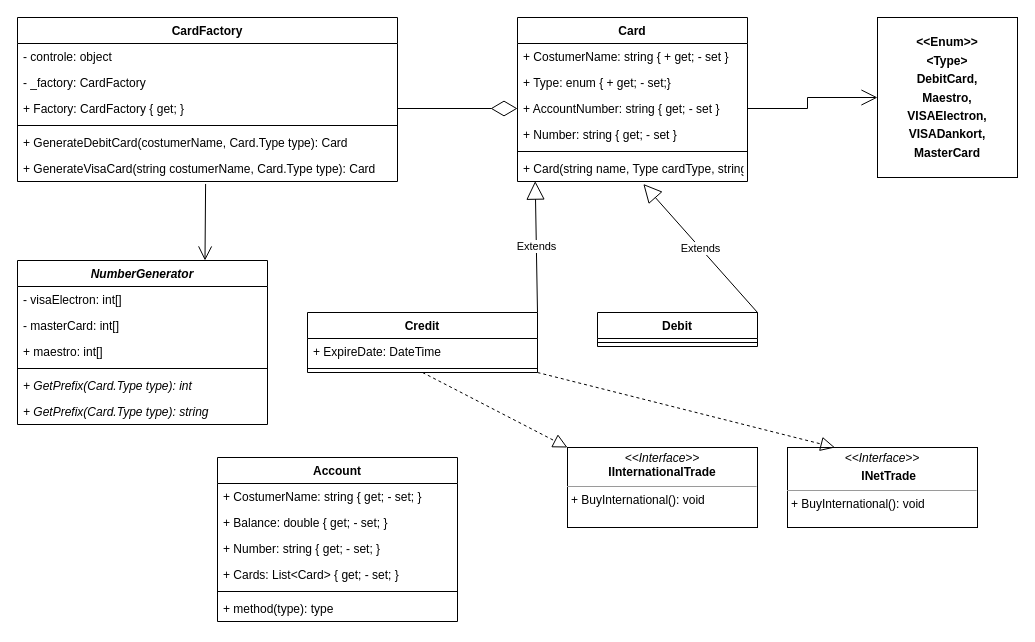
Earlier version of the draw.io diagram MyBanker/MyBankerDiagram.drawio (Mojiez/H2Opgaver). Source tidied: cells renumbered, new cells numbered last; positions are measured from the earlier drawing's top-left corner, leaving out a move shared by most shapes. Both pictures are drawn from the tidied source at 100%, with x=0, y=0 at pixel (17, 17).
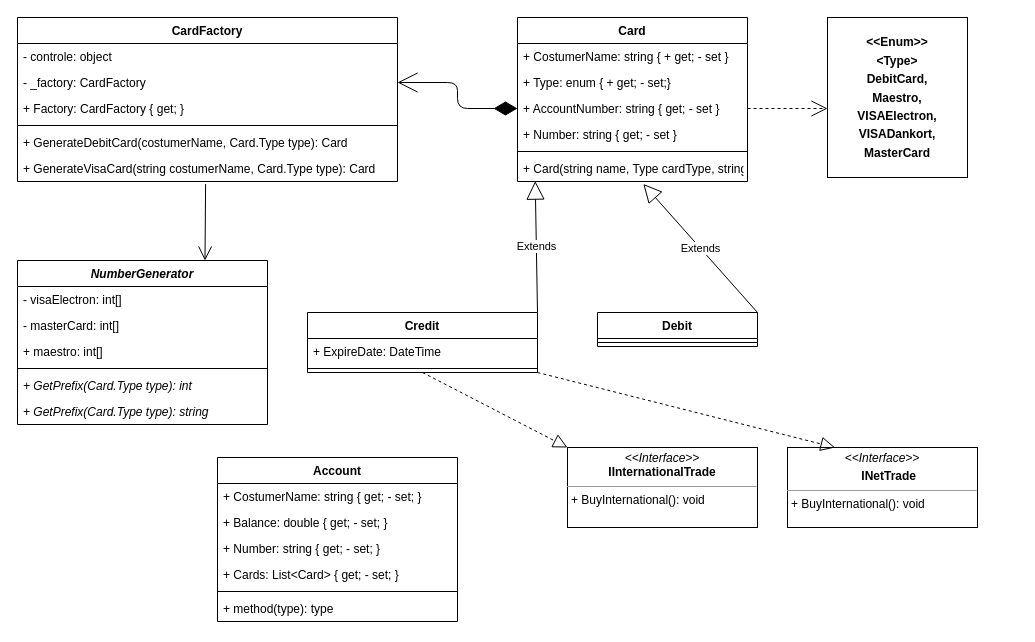
After the change.

Unchanged cells that the change refers to:
```xml
<mxCell id="4" value="- _factory: CardFactory" style="text;strokeColor=none;fillColor=none;align=left;verticalAlign=top;spacingLeft=4;spacingRight=4;overflow=hidden;points=[[0,0.5],[1,0.5]];portConstraint=eastwest;" parent="2" vertex="1">
  <mxGeometry y="52" width="380" height="26" as="geometry" />
</mxCell>
<mxCell id="5" value="+ Factory: CardFactory { get; }" style="text;strokeColor=none;fillColor=none;align=left;verticalAlign=top;spacingLeft=4;spacingRight=4;overflow=hidden;points=[[0,0.5],[1,0.5]];portConstraint=eastwest;" parent="2" vertex="1">
  <mxGeometry y="78" width="380" height="26" as="geometry" />
</mxCell>
<mxCell id="12" value="+ AccountNumber: string { get; - set }" style="text;strokeColor=none;fillColor=none;align=left;verticalAlign=top;spacingLeft=4;spacingRight=4;overflow=hidden;points=[[0,0.5],[1,0.5]];portConstraint=eastwest;" parent="9" vertex="1">
  <mxGeometry y="78" width="230" height="26" as="geometry" />
</mxCell>
```

Diff of the diagram source:
```diff
@@
-    <mxCell id="30" style="endArrow=diamondThin;endFill=0;endSize=24;html=1;entryX=0;entryY=0.5;entryDx=0;entryDy=0;exitX=1;exitY=0.5;exitDx=0;exitDy=0;" parent="1" edge="1" source="5" target="12">
-      <mxGeometry relative="1" as="geometry" />
-    </mxCell>
@@
     <mxCell id="43" value="&lt;p style=&quot;margin: 0px ; margin-top: 4px ; text-align: center&quot;&gt;&lt;br&gt;&lt;b&gt;&amp;lt;&amp;lt;Enum&amp;gt;&amp;gt;&lt;/b&gt;&lt;/p&gt;&lt;p style=&quot;margin: 0px ; margin-top: 4px ; text-align: center&quot;&gt;&lt;b&gt;&amp;lt;Type&amp;gt;&lt;/b&gt;&lt;/p&gt;&lt;p style=&quot;margin: 0px ; margin-top: 4px ; text-align: center&quot;&gt;&lt;b&gt;DebitCard,&lt;/b&gt;&lt;/p&gt;&lt;p style=&quot;margin: 0px ; margin-top: 4px ; text-align: center&quot;&gt;&lt;b&gt;Maestro,&lt;/b&gt;&lt;/p&gt;&lt;p style=&quot;margin: 0px ; margin-top: 4px ; text-align: center&quot;&gt;&lt;b&gt;VISAElectron,&lt;/b&gt;&lt;/p&gt;&lt;p style=&quot;margin: 0px ; margin-top: 4px ; text-align: center&quot;&gt;&lt;b&gt;VISADankort,&lt;/b&gt;&lt;/p&gt;&lt;p style=&quot;margin: 0px ; margin-top: 4px ; text-align: center&quot;&gt;&lt;b&gt;MasterCard&lt;/b&gt;&lt;/p&gt;" style="verticalAlign=top;align=left;overflow=fill;fontSize=12;fontFamily=Helvetica;html=1;" parent="1" vertex="1">
-      <mxGeometry x="860" width="140" height="160" as="geometry" />
+      <mxGeometry x="810" width="140" height="160" as="geometry" />
     </mxCell>
-    <mxCell id="44" style="edgeStyle=orthogonalEdgeStyle;rounded=0;jettySize=auto;html=1;endArrow=open;endFill=0;startSize=6;endSize=14;" parent="1" edge="1" source="12" target="43">
-      <mxGeometry relative="1" as="geometry" />
+    <mxCell id="44" style="edgeStyle=orthogonalEdgeStyle;rounded=0;jettySize=auto;html=1;endArrow=open;endFill=0;startSize=6;endSize=14;dashed=1;" parent="1" edge="1" source="12" target="43">
+      <mxGeometry relative="1" as="geometry">
+        <Array as="points">
+          <mxPoint x="810" y="91" />
+          <mxPoint x="810" y="91" />
+        </Array>
+      </mxGeometry>
     </mxCell>
+    <mxCell id="45" style="endArrow=open;html=1;endSize=18;startArrow=diamondThin;startSize=21;startFill=1;edgeStyle=orthogonalEdgeStyle;align=left;verticalAlign=bottom;exitX=0;exitY=0.5;exitDx=0;exitDy=0;entryX=1;entryY=0.5;entryDx=0;entryDy=0;" parent="1" edge="1" source="12" target="4">
+      <mxGeometry x="0.18" y="-27" relative="1" as="geometry">
+        <mxPoint x="10" y="2" as="offset" />
+      </mxGeometry>
+    </mxCell>
```
